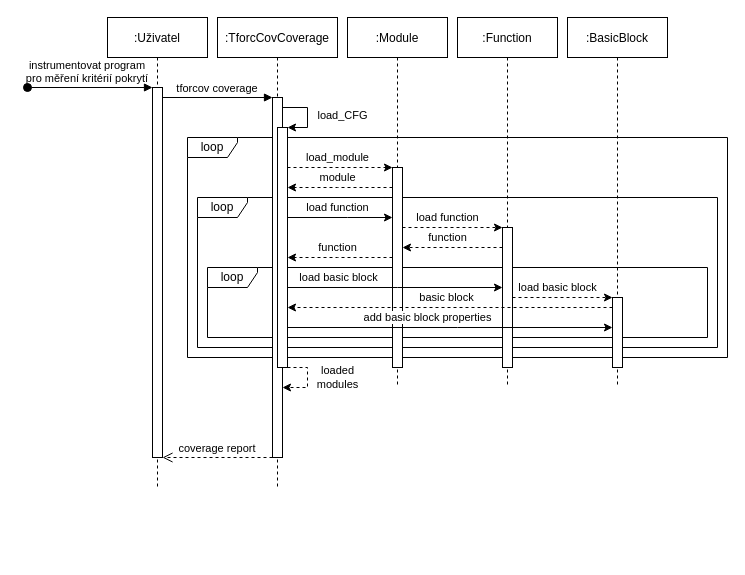
This is coverage_sequence_diagram.drawio from petkapou/DIP_diagrams, a draw.io file, before an edit. Source tidied: cells renumbered, new cells numbered last; positions are measured from the earlier drawing's top-left corner, leaving out a move shared by most shapes. Both pictures are drawn from the tidied source at 100%, with x=0, y=0 at pixel (27, 17).
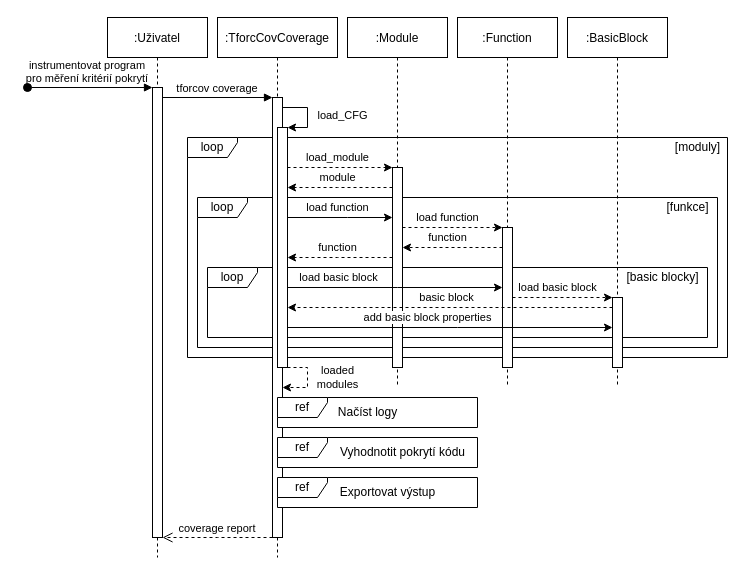
The same page after the edit.

Change to the diagram source:
```diff
@@
     <mxCell id="5" value=":Uživatel" style="shape=umlLifeline;perimeter=lifelinePerimeter;rounded=0;shadow=0;strokeWidth=1;" parent="1" vertex="1">
-      <mxGeometry x="80" width="100" height="470" as="geometry" />
+      <mxGeometry x="80" width="100" height="540" as="geometry" />
     </mxCell>
     <mxCell id="6" style="points=[];perimeter=orthogonalPerimeter;rounded=0;shadow=0;strokeWidth=1;" parent="5" vertex="1">
-      <mxGeometry x="45" y="70" width="10" height="370" as="geometry" />
+      <mxGeometry x="45" y="70" width="10" height="450" as="geometry" />
     </mxCell>
@@
     <mxCell id="8" value=":TforcCovCoverage" style="shape=umlLifeline;perimeter=lifelinePerimeter;rounded=0;shadow=0;strokeWidth=1;" parent="1" vertex="1">
-      <mxGeometry x="190" width="120" height="470" as="geometry" />
+      <mxGeometry x="190" width="120" height="540" as="geometry" />
     </mxCell>
     <mxCell id="9" style="points=[];perimeter=orthogonalPerimeter;rounded=0;shadow=0;strokeWidth=1;" parent="8" vertex="1">
-      <mxGeometry x="55" y="80" width="10" height="360" as="geometry" />
+      <mxGeometry x="55" y="80" width="10" height="440" as="geometry" />
     </mxCell>
@@
     <mxCell id="14" value="coverage report" style="verticalAlign=bottom;endArrow=open;dashed=1;endSize=8;shadow=0;strokeWidth=1;" parent="1" edge="1" source="9" target="6">
       <mxGeometry relative="1" as="geometry">
         <Array as="points">
-          <mxPoint x="190" y="440" />
+          <mxPoint x="200" y="520" />
         </Array>
       </mxGeometry>
     </mxCell>
@@
+    <mxCell id="31" value="ref" style="shape=umlFrame;whiteSpace=wrap;html=1;width=50;height=20;swimlaneFillColor=default;" parent="1" vertex="1">
+      <mxGeometry x="250" y="380" width="200" height="30" as="geometry" />
+    </mxCell>
+    <mxCell id="32" value="ref" style="shape=umlFrame;whiteSpace=wrap;html=1;width=50;height=20;swimlaneFillColor=default;" parent="1" vertex="1">
+      <mxGeometry x="250" y="420" width="200" height="30" as="geometry" />
+    </mxCell>
+    <mxCell id="33" value="Načíst logy" style="text;html=1;align=center;verticalAlign=middle;fillColor=none;strokeColor=none;rounded=0;" parent="1" vertex="1">
+      <mxGeometry x="305" y="385" width="70" height="20" as="geometry" />
+    </mxCell>
+    <mxCell id="34" value="Vyhodnotit pokrytí kódu" style="text;html=1;align=center;verticalAlign=middle;fillColor=none;strokeColor=none;rounded=0;" parent="1" vertex="1">
+      <mxGeometry x="305" y="425" width="140" height="20" as="geometry" />
+    </mxCell>
+    <mxCell id="35" value="[moduly]" style="text;html=1;align=center;verticalAlign=middle;fillColor=none;strokeColor=none;rounded=0;" parent="1" vertex="1">
+      <mxGeometry x="640" y="120" width="60" height="20" as="geometry" />
+    </mxCell>
+    <mxCell id="36" value="[funkce]" style="text;html=1;align=center;verticalAlign=middle;fillColor=none;strokeColor=none;rounded=0;" parent="1" vertex="1">
+      <mxGeometry x="630" y="180" width="60" height="20" as="geometry" />
+    </mxCell>
+    <mxCell id="37" value="[basic blocky]" style="text;html=1;align=center;verticalAlign=middle;fillColor=none;strokeColor=none;rounded=0;" parent="1" vertex="1">
+      <mxGeometry x="590" y="250" width="90" height="20" as="geometry" />
+    </mxCell>
+    <mxCell id="38" value="ref" style="shape=umlFrame;whiteSpace=wrap;html=1;width=50;height=20;swimlaneFillColor=default;" parent="1" vertex="1">
+      <mxGeometry x="250" y="460" width="200" height="30" as="geometry" />
+    </mxCell>
+    <mxCell id="39" value="Exportovat výstup" style="text;html=1;align=center;verticalAlign=middle;fillColor=none;strokeColor=none;rounded=0;" parent="1" vertex="1">
+      <mxGeometry x="305" y="465" width="110" height="20" as="geometry" />
+    </mxCell>
```
